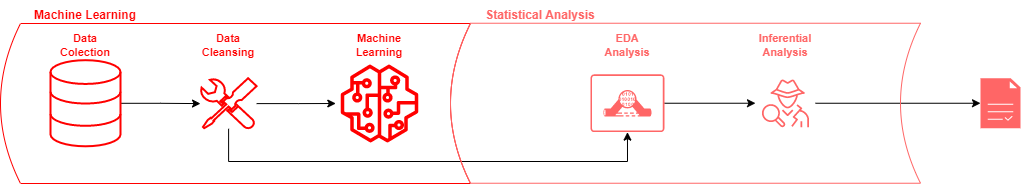
Above: dg_2.png in mathmca/udemy_analysis (draw.io), before the change. Source tidied: cells renumbered, new cells last; positions are measured from the earlier drawing's top-left corner, leaving out a move shared by most shapes. Source of this version:
```xml
<mxGraphModel>
  <root>
    <mxCell id="0" />
    <mxCell id="1" parent="0" />
    <mxCell id="2" style="edgeStyle=orthogonalEdgeStyle;rounded=0;jettySize=auto;html=1;" parent="1" edge="1" source="4" target="5">
      <mxGeometry relative="1" as="geometry" />
    </mxCell>
    <mxCell id="3" style="edgeStyle=orthogonalEdgeStyle;rounded=0;jettySize=auto;html=1;entryX=0.5;entryY=1;entryDx=0;entryDy=0;entryPerimeter=0;" parent="1" edge="1" source="4" target="11">
      <mxGeometry relative="1" as="geometry">
        <Array as="points">
          <mxPoint x="228" y="161" />
          <mxPoint x="627" y="161" />
        </Array>
      </mxGeometry>
    </mxCell>
    <mxCell id="4" style="sketch=0;shadow=0;dashed=0;html=1;strokeColor=#FF0000;labelPosition=center;verticalLabelPosition=bottom;verticalAlign=top;align=center;fillColor=none;shape=mxgraph.mscae.enterprise.tool;strokeWidth=2;fontColor=#990000;labelBackgroundColor=#FF0000;" parent="1" vertex="1">
      <mxGeometry x="200" y="77.8" width="56.1" height="50.5" as="geometry" />
    </mxCell>
    <mxCell id="5" style="sketch=0;outlineConnect=0;fontColor=#990000;gradientColor=none;fillColor=#FF0000;strokeColor=#FF0000;dashed=0;verticalLabelPosition=bottom;verticalAlign=top;align=center;html=1;fontSize=12;fontStyle=0;shape=mxgraph.aws4.sagemaker_model;strokeWidth=3;perimeterSpacing=5;labelBackgroundColor=#FF0000;" parent="1" vertex="1">
      <mxGeometry x="340" y="64" width="78" height="78" as="geometry" />
    </mxCell>
    <mxCell id="6" style="edgeStyle=orthogonalEdgeStyle;rounded=0;jettySize=auto;html=1;" parent="1" edge="1" source="7" target="4">
      <mxGeometry relative="1" as="geometry" />
    </mxCell>
    <mxCell id="7" style="html=1;verticalLabelPosition=bottom;align=center;labelBackgroundColor=#FF0000;verticalAlign=top;strokeWidth=2;strokeColor=#FF0000;shadow=0;dashed=0;shape=mxgraph.ios7.icons.data;fillColor=none;fontColor=none;noLabel=1;" parent="1" vertex="1">
      <mxGeometry x="50" y="59.7" width="70" height="86.1" as="geometry" />
    </mxCell>
    <mxCell id="8" style="edgeStyle=orthogonalEdgeStyle;rounded=0;jettySize=auto;html=1;" parent="1" edge="1" source="9" target="14">
      <mxGeometry relative="1" as="geometry" />
    </mxCell>
    <mxCell id="9" style="sketch=0;points=[[0,0,0],[0.25,0,0],[0.5,0,0],[0.75,0,0],[1,0,0],[0,1,0],[0.25,1,0],[0.5,1,0],[0.75,1,0],[1,1,0],[0,0.25,0],[0,0.5,0],[0,0.75,0],[1,0.25,0],[1,0.5,0],[1,0.75,0]];outlineConnect=0;fontColor=#232F3E;gradientColor=none;gradientDirection=north;fillColor=none;strokeColor=#FF6666;dashed=0;verticalLabelPosition=bottom;verticalAlign=top;align=center;html=1;fontSize=12;fontStyle=0;shape=mxgraph.aws4.resourceIcon;resIcon=mxgraph.aws4.detective;" parent="1" vertex="1">
      <mxGeometry x="755" y="72.8" width="60" height="60" as="geometry" />
    </mxCell>
    <mxCell id="10" style="edgeStyle=orthogonalEdgeStyle;rounded=0;jettySize=auto;html=1;" parent="1" edge="1" source="11" target="9">
      <mxGeometry relative="1" as="geometry" />
    </mxCell>
    <mxCell id="11" style="sketch=0;points=[[0.015,0.015,0],[0.985,0.015,0],[0.985,0.985,0],[0.015,0.985,0],[0.25,0,0],[0.5,0,0],[0.75,0,0],[1,0.25,0],[1,0.5,0],[1,0.75,0],[0.75,1,0],[0.5,1,0],[0.25,1,0],[0,0.75,0],[0,0.5,0],[0,0.25,0]];verticalLabelPosition=bottom;html=1;verticalAlign=top;align=center;shape=mxgraph.cisco19.rect;prIcon=analysis_correlation;fillColor=none;strokeColor=#FF6666;fontColor=#0BE8BE;" parent="1" vertex="1">
      <mxGeometry x="590" y="73.9" width="73.9" height="57.8" as="geometry" />
    </mxCell>
    <mxCell id="12" style="shape=dataStorage;whiteSpace=wrap;html=1;fixedSize=1;strokeColor=#FF0000;fillColor=none;gradientColor=#140EDB;" parent="1" vertex="1">
      <mxGeometry y="23" width="470" height="160" as="geometry" />
    </mxCell>
    <mxCell id="13" style="shape=dataStorage;whiteSpace=wrap;html=1;fixedSize=1;strokeColor=#FF6666;fillColor=none;gradientColor=#140EDB;" parent="1" vertex="1">
      <mxGeometry x="450" y="22.7" width="470" height="160" as="geometry" />
    </mxCell>
    <mxCell id="14" style="sketch=0;shadow=0;dashed=0;html=1;strokeColor=default;fillColor=#FF6666;labelPosition=center;verticalLabelPosition=bottom;verticalAlign=top;align=center;outlineConnect=0;shape=mxgraph.veeam2.report;gradientColor=none;fontColor=#FF3333;" parent="1" vertex="1">
      <mxGeometry x="980" y="77.8" width="40" height="50" as="geometry" />
    </mxCell>
    <mxCell id="15" value="Data Colection" style="text;html=1;strokeColor=none;fillColor=none;align=center;verticalAlign=middle;whiteSpace=wrap;rounded=0;shadow=1;labelBackgroundColor=none;fontColor=#FF0000;fontStyle=1;fontSize=11;" parent="1" vertex="1">
      <mxGeometry x="55" y="29.9" width="60" height="30" as="geometry" />
    </mxCell>
    <mxCell id="16" value="Data Cleansing" style="text;html=1;strokeColor=none;fillColor=none;align=center;verticalAlign=middle;whiteSpace=wrap;rounded=0;shadow=1;fontStyle=1;fontColor=#FF0000;fontSize=11;" parent="1" vertex="1">
      <mxGeometry x="198.1" y="29.9" width="60" height="30" as="geometry" />
    </mxCell>
    <mxCell id="17" value="Machine Learning" style="text;html=1;strokeColor=none;fillColor=none;align=center;verticalAlign=middle;whiteSpace=wrap;rounded=0;shadow=1;fontStyle=1;fontColor=#FF0000;fontSize=11;" parent="1" vertex="1">
      <mxGeometry x="349" y="29.9" width="60" height="30" as="geometry" />
    </mxCell>
    <mxCell id="18" value="EDA Analysis" style="text;html=1;strokeColor=none;fillColor=none;align=center;verticalAlign=middle;whiteSpace=wrap;rounded=0;shadow=1;fontColor=#FF6666;fontStyle=1;fontSize=11;" parent="1" vertex="1">
      <mxGeometry x="597" y="29.9" width="60" height="30" as="geometry" />
    </mxCell>
    <mxCell id="19" value="Inferential Analysis" style="text;html=1;strokeColor=none;fillColor=none;align=center;verticalAlign=middle;whiteSpace=wrap;rounded=0;shadow=1;fontColor=#FF6666;fontStyle=1;fontSize=11;" parent="1" vertex="1">
      <mxGeometry x="755" y="29.9" width="60" height="30" as="geometry" />
    </mxCell>
    <mxCell id="20" value="Machine Learning" style="text;html=1;strokeColor=none;fillColor=none;align=center;verticalAlign=middle;whiteSpace=wrap;rounded=0;shadow=1;labelBackgroundColor=none;fontColor=#FF0000;fontStyle=1;fontSize=12;" parent="1" vertex="1">
      <mxGeometry x="25" y="-0.1" width="120" height="30" as="geometry" />
    </mxCell>
    <mxCell id="21" value="Statistical Analysis" style="text;html=1;strokeColor=none;fillColor=none;align=center;verticalAlign=middle;whiteSpace=wrap;rounded=0;shadow=1;labelBackgroundColor=none;fontColor=#FF6666;fontStyle=1;fontSize=12;" parent="1" vertex="1">
      <mxGeometry x="480" y="-0.1" width="120" height="30" as="geometry" />
    </mxCell>
  </root>
</mxGraphModel>
```
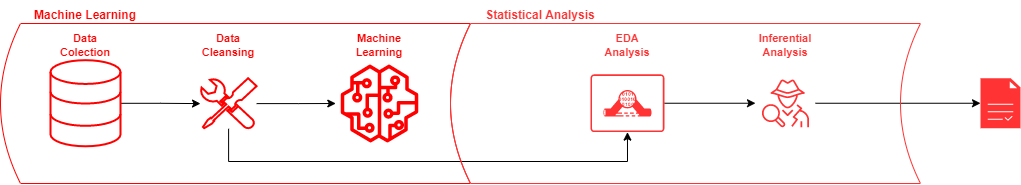
After the change.

Diff of the diagram source:
```diff
@@ -28,22 +28,22 @@
     <mxCell id="8" style="edgeStyle=orthogonalEdgeStyle;rounded=0;jettySize=auto;html=1;" parent="1" edge="1" source="9" target="14">
       <mxGeometry relative="1" as="geometry" />
     </mxCell>
-    <mxCell id="9" style="sketch=0;points=[[0,0,0],[0.25,0,0],[0.5,0,0],[0.75,0,0],[1,0,0],[0,1,0],[0.25,1,0],[0.5,1,0],[0.75,1,0],[1,1,0],[0,0.25,0],[0,0.5,0],[0,0.75,0],[1,0.25,0],[1,0.5,0],[1,0.75,0]];outlineConnect=0;fontColor=#232F3E;gradientColor=none;gradientDirection=north;fillColor=none;strokeColor=#FF6666;dashed=0;verticalLabelPosition=bottom;verticalAlign=top;align=center;html=1;fontSize=12;fontStyle=0;shape=mxgraph.aws4.resourceIcon;resIcon=mxgraph.aws4.detective;" parent="1" vertex="1">
+    <mxCell id="9" style="sketch=0;points=[[0,0,0],[0.25,0,0],[0.5,0,0],[0.75,0,0],[1,0,0],[0,1,0],[0.25,1,0],[0.5,1,0],[0.75,1,0],[1,1,0],[0,0.25,0],[0,0.5,0],[0,0.75,0],[1,0.25,0],[1,0.5,0],[1,0.75,0]];outlineConnect=0;fontColor=#232F3E;gradientColor=none;gradientDirection=north;fillColor=none;strokeColor=#FF3333;dashed=0;verticalLabelPosition=bottom;verticalAlign=top;align=center;html=1;fontSize=12;fontStyle=0;shape=mxgraph.aws4.resourceIcon;resIcon=mxgraph.aws4.detective;" parent="1" vertex="1">
       <mxGeometry x="755" y="72.8" width="60" height="60" as="geometry" />
     </mxCell>
     <mxCell id="10" style="edgeStyle=orthogonalEdgeStyle;rounded=0;jettySize=auto;html=1;" parent="1" edge="1" source="11" target="9">
       <mxGeometry relative="1" as="geometry" />
     </mxCell>
-    <mxCell id="11" style="sketch=0;points=[[0.015,0.015,0],[0.985,0.015,0],[0.985,0.985,0],[0.015,0.985,0],[0.25,0,0],[0.5,0,0],[0.75,0,0],[1,0.25,0],[1,0.5,0],[1,0.75,0],[0.75,1,0],[0.5,1,0],[0.25,1,0],[0,0.75,0],[0,0.5,0],[0,0.25,0]];verticalLabelPosition=bottom;html=1;verticalAlign=top;align=center;shape=mxgraph.cisco19.rect;prIcon=analysis_correlation;fillColor=none;strokeColor=#FF6666;fontColor=#0BE8BE;" parent="1" vertex="1">
+    <mxCell id="11" style="sketch=0;points=[[0.015,0.015,0],[0.985,0.015,0],[0.985,0.985,0],[0.015,0.985,0],[0.25,0,0],[0.5,0,0],[0.75,0,0],[1,0.25,0],[1,0.5,0],[1,0.75,0],[0.75,1,0],[0.5,1,0],[0.25,1,0],[0,0.75,0],[0,0.5,0],[0,0.25,0]];verticalLabelPosition=bottom;html=1;verticalAlign=top;align=center;shape=mxgraph.cisco19.rect;prIcon=analysis_correlation;fillColor=none;strokeColor=#FF3333;fontColor=#0BE8BE;" parent="1" vertex="1">
       <mxGeometry x="590" y="73.9" width="73.9" height="57.8" as="geometry" />
     </mxCell>
     <mxCell id="12" style="shape=dataStorage;whiteSpace=wrap;html=1;fixedSize=1;strokeColor=#FF0000;fillColor=none;gradientColor=#140EDB;" parent="1" vertex="1">
       <mxGeometry y="23" width="470" height="160" as="geometry" />
     </mxCell>
-    <mxCell id="13" style="shape=dataStorage;whiteSpace=wrap;html=1;fixedSize=1;strokeColor=#FF6666;fillColor=none;gradientColor=#140EDB;" parent="1" vertex="1">
-      <mxGeometry x="450" y="22.7" width="470" height="160" as="geometry" />
+    <mxCell id="13" style="shape=dataStorage;whiteSpace=wrap;html=1;fixedSize=1;strokeColor=#FF3333;fillColor=none;gradientColor=#140EDB;" parent="1" vertex="1">
+      <mxGeometry x="450" y="23" width="470" height="160" as="geometry" />
     </mxCell>
-    <mxCell id="14" style="sketch=0;shadow=0;dashed=0;html=1;strokeColor=default;fillColor=#FF6666;labelPosition=center;verticalLabelPosition=bottom;verticalAlign=top;align=center;outlineConnect=0;shape=mxgraph.veeam2.report;gradientColor=none;fontColor=#FF3333;" parent="1" vertex="1">
+    <mxCell id="14" style="sketch=0;shadow=0;dashed=0;html=1;strokeColor=default;fillColor=#FF3333;labelPosition=center;verticalLabelPosition=bottom;verticalAlign=top;align=center;outlineConnect=0;shape=mxgraph.veeam2.report;gradientColor=none;fontColor=#FF3333;" parent="1" vertex="1">
       <mxGeometry x="980" y="77.8" width="40" height="50" as="geometry" />
     </mxCell>
     <mxCell id="15" value="Data Colection" style="text;html=1;strokeColor=none;fillColor=none;align=center;verticalAlign=middle;whiteSpace=wrap;rounded=0;shadow=1;labelBackgroundColor=none;fontColor=#FF0000;fontStyle=1;fontSize=11;" parent="1" vertex="1">
@@ -55,16 +55,16 @@
     <mxCell id="17" value="Machine Learning" style="text;html=1;strokeColor=none;fillColor=none;align=center;verticalAlign=middle;whiteSpace=wrap;rounded=0;shadow=1;fontStyle=1;fontColor=#FF0000;fontSize=11;" parent="1" vertex="1">
       <mxGeometry x="349" y="29.9" width="60" height="30" as="geometry" />
     </mxCell>
-    <mxCell id="18" value="EDA Analysis" style="text;html=1;strokeColor=none;fillColor=none;align=center;verticalAlign=middle;whiteSpace=wrap;rounded=0;shadow=1;fontColor=#FF6666;fontStyle=1;fontSize=11;" parent="1" vertex="1">
+    <mxCell id="18" value="EDA Analysis" style="text;html=1;strokeColor=none;fillColor=none;align=center;verticalAlign=middle;whiteSpace=wrap;rounded=0;shadow=1;fontColor=#FF3333;fontStyle=1;fontSize=11;" parent="1" vertex="1">
       <mxGeometry x="597" y="29.9" width="60" height="30" as="geometry" />
     </mxCell>
-    <mxCell id="19" value="Inferential Analysis" style="text;html=1;strokeColor=none;fillColor=none;align=center;verticalAlign=middle;whiteSpace=wrap;rounded=0;shadow=1;fontColor=#FF6666;fontStyle=1;fontSize=11;" parent="1" vertex="1">
+    <mxCell id="19" value="Inferential Analysis" style="text;html=1;strokeColor=none;fillColor=none;align=center;verticalAlign=middle;whiteSpace=wrap;rounded=0;shadow=1;fontColor=#FF3333;fontStyle=1;fontSize=11;" parent="1" vertex="1">
       <mxGeometry x="755" y="29.9" width="60" height="30" as="geometry" />
     </mxCell>
     <mxCell id="20" value="Machine Learning" style="text;html=1;strokeColor=none;fillColor=none;align=center;verticalAlign=middle;whiteSpace=wrap;rounded=0;shadow=1;labelBackgroundColor=none;fontColor=#FF0000;fontStyle=1;fontSize=12;" parent="1" vertex="1">
       <mxGeometry x="25" y="-0.1" width="120" height="30" as="geometry" />
     </mxCell>
-    <mxCell id="21" value="Statistical Analysis" style="text;html=1;strokeColor=none;fillColor=none;align=center;verticalAlign=middle;whiteSpace=wrap;rounded=0;shadow=1;labelBackgroundColor=none;fontColor=#FF6666;fontStyle=1;fontSize=12;" parent="1" vertex="1">
+    <mxCell id="21" value="Statistical Analysis" style="text;html=1;strokeColor=none;fillColor=none;align=center;verticalAlign=middle;whiteSpace=wrap;rounded=0;shadow=1;labelBackgroundColor=none;fontColor=#FF3333;fontStyle=1;fontSize=12;" parent="1" vertex="1">
       <mxGeometry x="480" y="-0.1" width="120" height="30" as="geometry" />
     </mxCell>
   </root>
```
